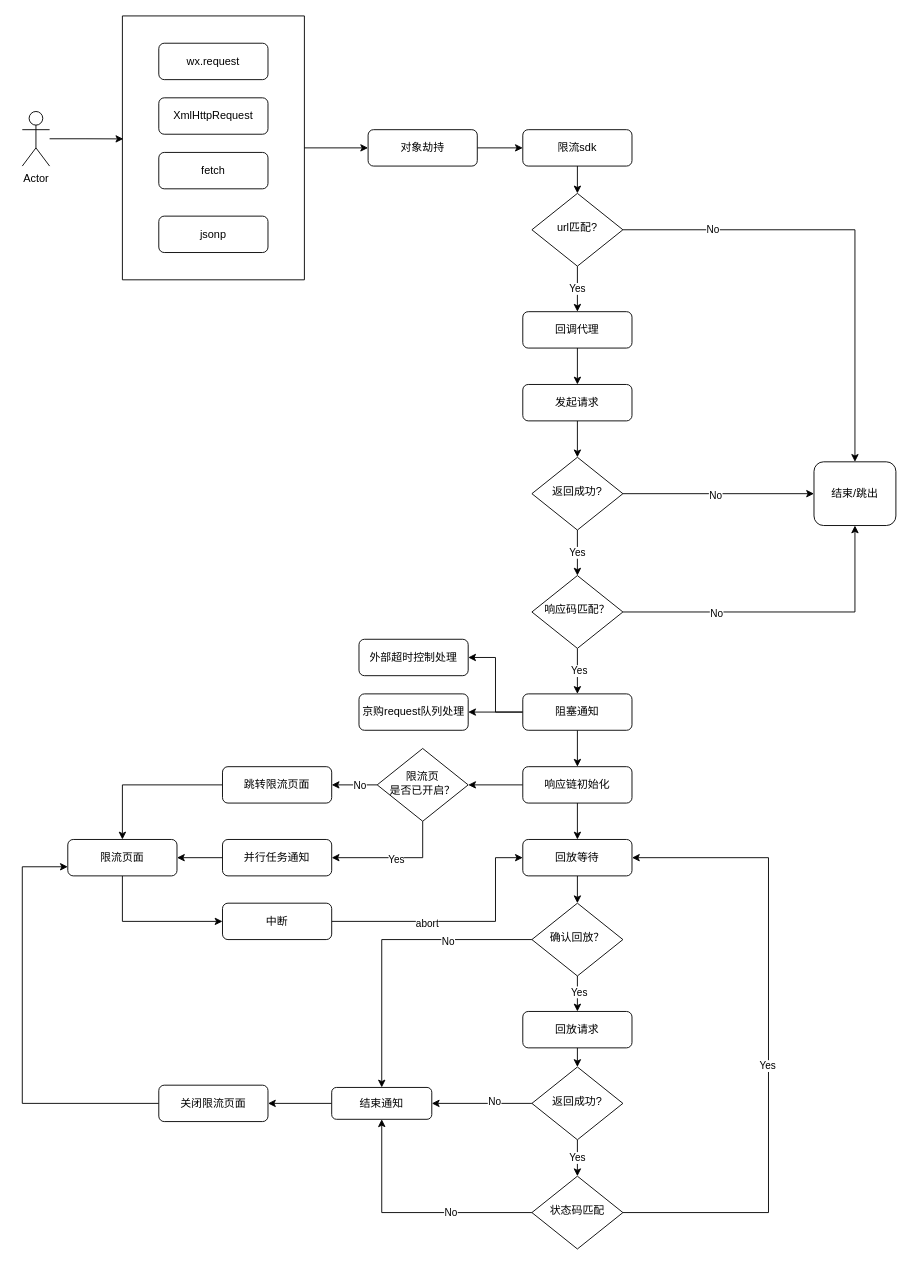
baosiqing/draw keeps this draw.io diagram as 限流组件.drawio. Above is the earlier version. Source tidied: cells renumbered, new cells numbered last; positions are measured from the earlier drawing's top-left corner, leaving out a move shared by most shapes. Both pictures are drawn from the tidied source at 91%, with x=0, y=0 at pixel (22, 15).
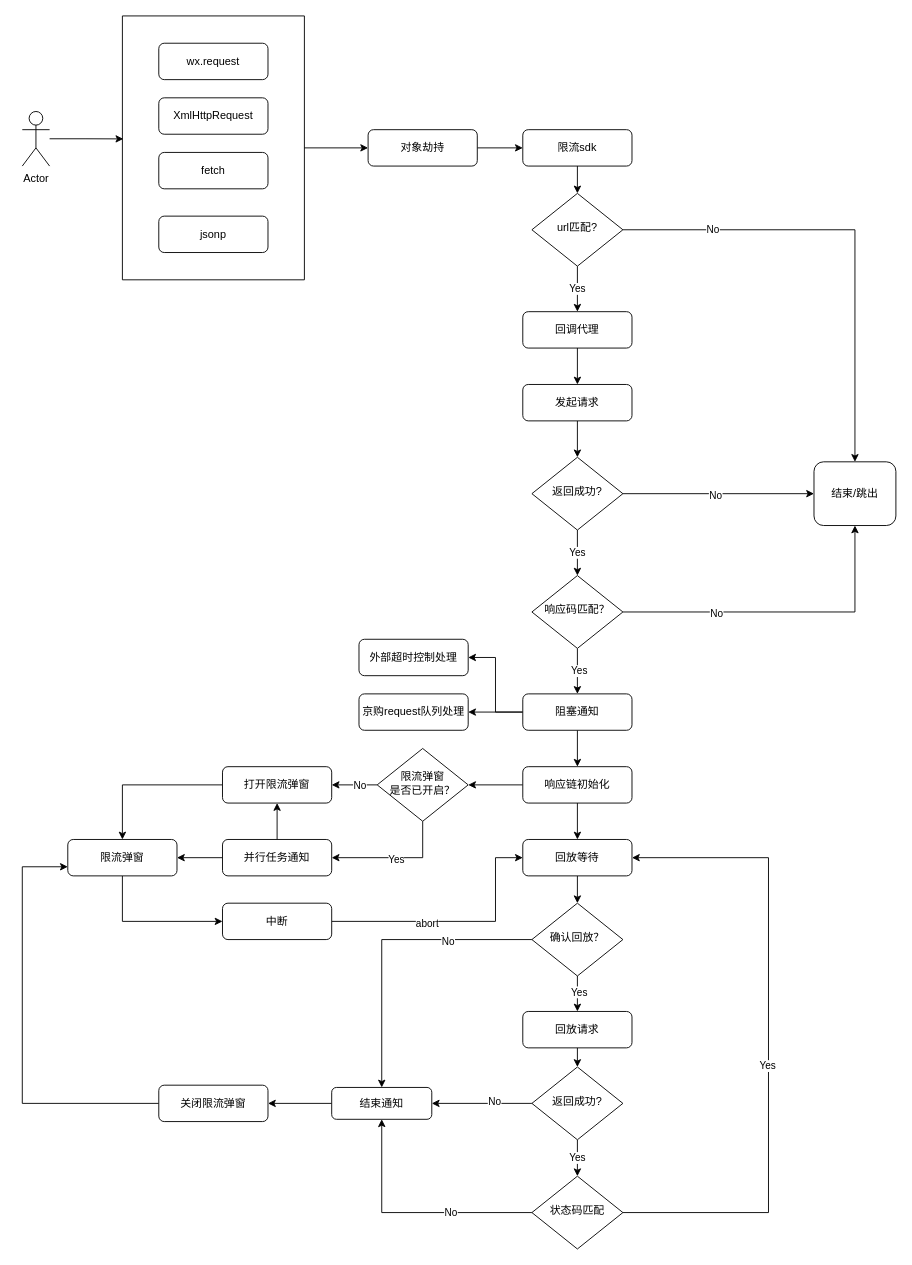
After the change.

Commit message:
更新限流组件.drawio

Unchanged cells that the change refers to:
```xml
<mxCell id="61" value="并行任务通知" style="rounded=1;whiteSpace=wrap;html=1;fontSize=12;glass=0;strokeWidth=1;shadow=0;" parent="1" vertex="1">
  <mxGeometry x="220" y="905" width="120" height="40" as="geometry" />
</mxCell>
```

What changed in the source:
```diff
@@
-    <mxCell id="50" value="跳转限流页面" style="rounded=1;whiteSpace=wrap;html=1;fontSize=12;glass=0;strokeWidth=1;shadow=0;" parent="1" vertex="1">
+    <mxCell id="50" value="打开限流弹窗" style="rounded=1;whiteSpace=wrap;html=1;fontSize=12;glass=0;strokeWidth=1;shadow=0;" parent="1" vertex="1">
       <mxGeometry x="220" y="825" width="120" height="40" as="geometry" />
     </mxCell>
@@
-    <mxCell id="52" value="限流页面" style="rounded=1;whiteSpace=wrap;html=1;fontSize=12;glass=0;strokeWidth=1;shadow=0;" parent="1" vertex="1">
+    <mxCell id="52" value="限流弹窗" style="rounded=1;whiteSpace=wrap;html=1;fontSize=12;glass=0;strokeWidth=1;shadow=0;" parent="1" vertex="1">
       <mxGeometry x="50" y="905" width="120" height="40" as="geometry" />
     </mxCell>
@@
-    <mxCell id="57" value="限流页&lt;br&gt;是否已开启？" style="rhombus;whiteSpace=wrap;html=1;shadow=0;fontFamily=Helvetica;fontSize=12;align=center;strokeWidth=1;spacing=6;spacingTop=-4;" parent="1" vertex="1">
+    <mxCell id="57" value="限流弹窗&lt;br&gt;是否已开启？" style="rhombus;whiteSpace=wrap;html=1;shadow=0;fontFamily=Helvetica;fontSize=12;align=center;strokeWidth=1;spacing=6;spacingTop=-4;" parent="1" vertex="1">
       <mxGeometry x="390" y="805" width="100" height="80" as="geometry" />
     </mxCell>
@@
+    <mxCell id="76" style="edgeStyle=orthogonalEdgeStyle;rounded=0;jettySize=auto;html=1;" parent="1" edge="1" source="61" target="50">
+      <mxGeometry relative="1" as="geometry" />
+    </mxCell>
@@
-    <mxCell id="63" value="关闭限流页面" style="rounded=1;whiteSpace=wrap;html=1;fontSize=12;glass=0;strokeWidth=1;shadow=0;" parent="1" vertex="1">
+    <mxCell id="63" value="关闭限流弹窗" style="rounded=1;whiteSpace=wrap;html=1;fontSize=12;glass=0;strokeWidth=1;shadow=0;" parent="1" vertex="1">
       <mxGeometry x="150" y="1175" width="120" height="40" as="geometry" />
     </mxCell>
```
